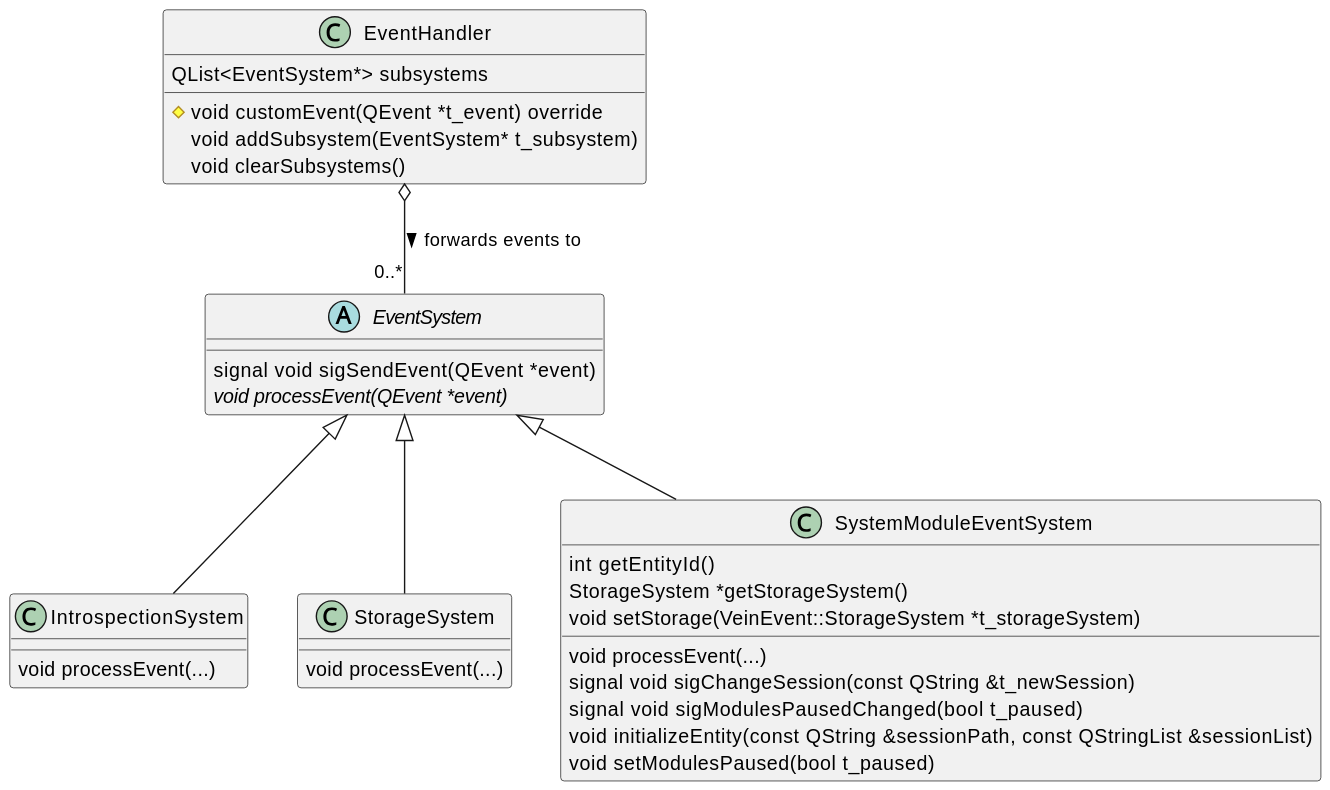
Earlier version of the PlantUML export framework/doc/class-diagram-event-systems.svg (ZeraGmbH/vein-framework).
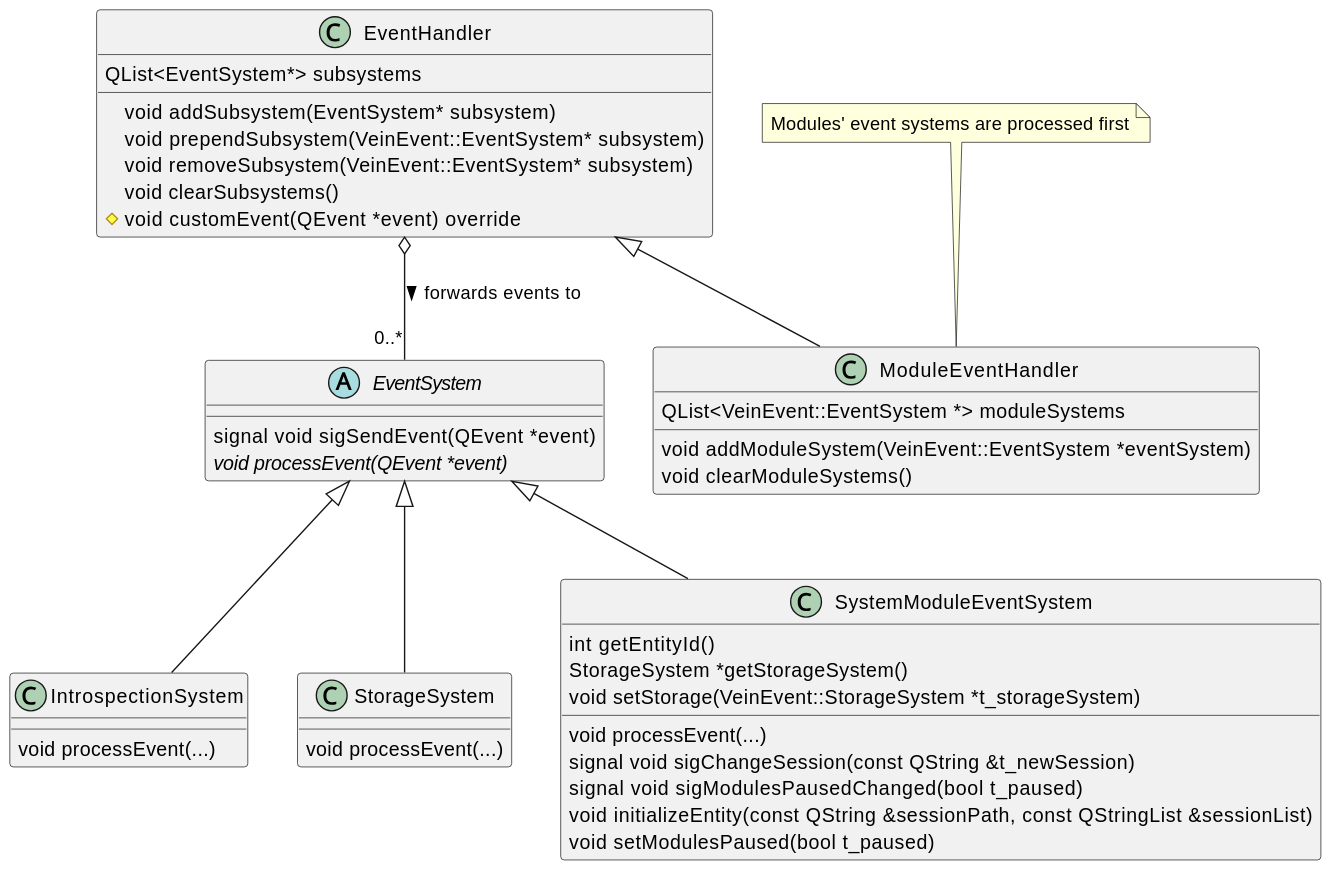
Later version of the same file.

Commit message:
Update / extend class-diagram-event-systems

Diff of the diagram source:
```diff
@@ -1,10 +1,21 @@
 @startuml
 class EventHandler {
     QList<EventSystem*> subsystems
-    #void customEvent(QEvent *t_event) override
-    void addSubsystem(EventSystem* t_subsystem)
+    void addSubsystem(EventSystem* subsystem)
+    void prependSubsystem(VeinEvent::EventSystem* subsystem)
+    void removeSubsystem(VeinEvent::EventSystem* subsystem)
     void clearSubsystems()
+    #void customEvent(QEvent *event) override
 }
+
+class ModuleEventHandler {
+    QList<VeinEvent::EventSystem *> moduleSystems
+    void addModuleSystem(VeinEvent::EventSystem *eventSystem)
+    void clearModuleSystems()
+}
+note top
+    Modules' event systems are processed first
+end note
 
 abstract class EventSystem {
     signal void sigSendEvent(QEvent *event)
@@ -31,6 +42,7 @@
     void setModulesPaused(bool t_paused)
 }
 
+EventHandler <|-- ModuleEventHandler
 EventHandler o-- "0..*" EventSystem : forwards events to >
 
 
```
